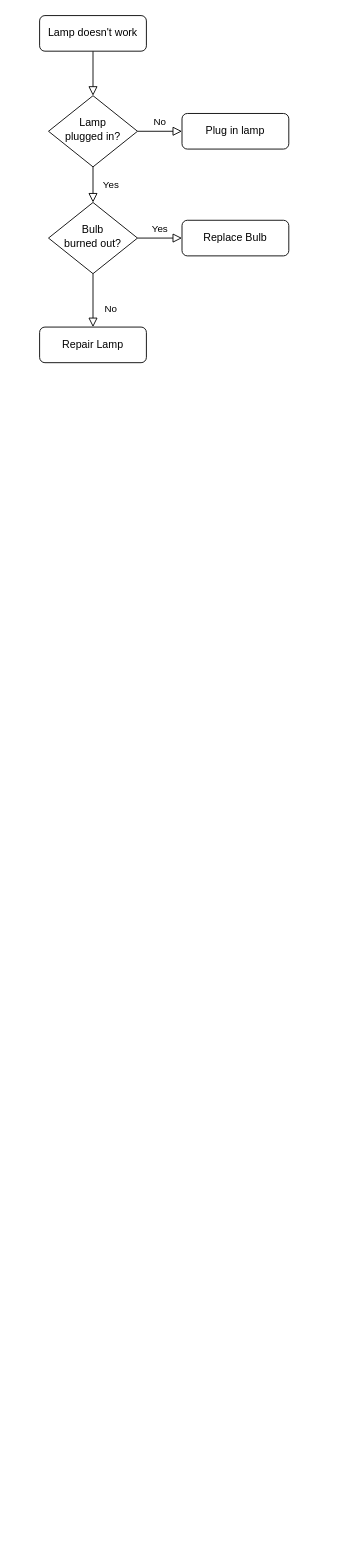
Before: json/Diagrama sin título.drawio in OzkrMonroy/university_pokemon_game_docs, a draw.io diagram. Source tidied: cells renumbered, new cells numbered last; positions are measured from the earlier drawing's top-left corner, leaving out a move shared by most shapes. Both pictures are drawn from the tidied source at 89%, with x=0, y=0 at pixel (39, 15).
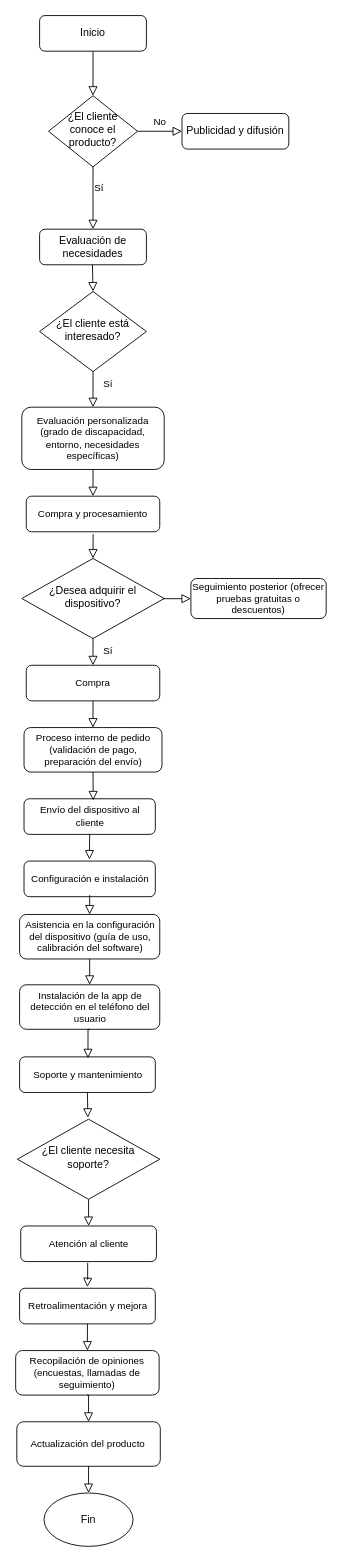
The same page after the edit.

Diff of the diagram source:
```diff
@@
-    <mxCell id="3" value="Lamp doesn't work" style="rounded=1;whiteSpace=wrap;html=1;fontSize=12;glass=0;strokeWidth=1;shadow=0;" parent="1" vertex="1">
+    <mxCell id="3" value="Inicio" style="rounded=1;whiteSpace=wrap;html=1;fontSize=12;glass=0;strokeWidth=1;shadow=0;" parent="1" vertex="1">
       <mxGeometry width="120" height="40" as="geometry" />
     </mxCell>
-    <mxCell id="4" value="Yes" style="rounded=0;html=1;jettySize=auto;fontSize=11;endArrow=block;endFill=0;endSize=8;strokeWidth=1;shadow=0;labelBackgroundColor=none;edgeStyle=orthogonalEdgeStyle;" parent="1" edge="1" source="6" target="10">
-      <mxGeometry y="20" relative="1" as="geometry" />
-    </mxCell>
@@
-    <mxCell id="6" value="Lamp&lt;br&gt;plugged in?" style="rhombus;whiteSpace=wrap;html=1;shadow=0;fontFamily=Helvetica;fontSize=12;align=center;strokeWidth=1;spacing=6;spacingTop=-4;" parent="1" vertex="1">
+    <mxCell id="6" value="¿El cliente conoce el producto?" style="rhombus;whiteSpace=wrap;html=1;shadow=0;fontFamily=Helvetica;fontSize=12;align=center;strokeWidth=1;spacing=6;spacingTop=-4;" parent="1" vertex="1">
       <mxGeometry x="10" y="90" width="100" height="80" as="geometry" />
     </mxCell>
-    <mxCell id="7" value="Plug in lamp" style="rounded=1;whiteSpace=wrap;html=1;fontSize=12;glass=0;strokeWidth=1;shadow=0;" parent="1" vertex="1">
+    <mxCell id="7" value="Publicidad y difusión" style="rounded=1;whiteSpace=wrap;html=1;fontSize=12;glass=0;strokeWidth=1;shadow=0;" parent="1" vertex="1">
       <mxGeometry x="160" y="110" width="120" height="40" as="geometry" />
     </mxCell>
-    <mxCell id="8" value="No" style="rounded=0;html=1;jettySize=auto;fontSize=11;endArrow=block;endFill=0;endSize=8;strokeWidth=1;shadow=0;labelBackgroundColor=none;edgeStyle=orthogonalEdgeStyle;" parent="1" edge="1" source="10" target="11">
-      <mxGeometry x="0.33" y="20" relative="1" as="geometry" />
-    </mxCell>
-    <mxCell id="9" value="Yes" style="edgeStyle=orthogonalEdgeStyle;rounded=0;html=1;jettySize=auto;fontSize=11;endArrow=block;endFill=0;endSize=8;strokeWidth=1;shadow=0;labelBackgroundColor=none;" parent="1" edge="1" source="10" target="12">
-      <mxGeometry y="10" relative="1" as="geometry" />
-    </mxCell>
-    <mxCell id="10" value="Bulb&lt;br&gt;burned out?" style="rhombus;whiteSpace=wrap;html=1;shadow=0;fontFamily=Helvetica;fontSize=12;align=center;strokeWidth=1;spacing=6;spacingTop=-4;" parent="1" vertex="1">
-      <mxGeometry x="10" y="210" width="100" height="80" as="geometry" />
-    </mxCell>
-    <mxCell id="11" value="Repair Lamp" style="rounded=1;whiteSpace=wrap;html=1;fontSize=12;glass=0;strokeWidth=1;shadow=0;" parent="1" vertex="1">
-      <mxGeometry y="350" width="120" height="40" as="geometry" />
+    <mxCell id="11" value="Evaluación de necesidades" style="rounded=1;whiteSpace=wrap;html=1;fontSize=12;glass=0;strokeWidth=1;shadow=0;" parent="1" vertex="1">
+      <mxGeometry y="240" width="120" height="40" as="geometry" />
     </mxCell>
-    <mxCell id="12" value="Replace Bulb" style="rounded=1;whiteSpace=wrap;html=1;fontSize=12;glass=0;strokeWidth=1;shadow=0;" parent="1" vertex="1">
-      <mxGeometry x="160" y="230" width="120" height="40" as="geometry" />
-    </mxCell>
+    <mxCell id="13" style="rounded=0;html=1;jettySize=auto;fontSize=11;endArrow=block;endFill=0;endSize=8;strokeWidth=1;shadow=0;labelBackgroundColor=none;edgeStyle=orthogonalEdgeStyle;exitX=0.5;exitY=1;exitDx=0;exitDy=0;entryX=0.5;entryY=0;entryDx=0;entryDy=0;" parent="1" edge="1" source="6" target="11">
+      <mxGeometry relative="1" as="geometry" />
+    </mxCell>
+    <mxCell id="14" value="&lt;span style=&quot;color: rgb(0, 0, 0); font-family: Helvetica; font-size: 11px; font-style: normal; font-variant-ligatures: normal; font-variant-caps: normal; font-weight: 400; letter-spacing: normal; orphans: 2; text-align: center; text-indent: 0px; text-transform: none; widows: 2; word-spacing: 0px; -webkit-text-stroke-width: 0px; white-space: nowrap; background-color: rgb(251, 251, 251); text-decoration-thickness: initial; text-decoration-style: initial; text-decoration-color: initial; float: none; display: inline !important;&quot;&gt;Sí&lt;/span&gt;" style="text;whiteSpace=wrap;html=1;" parent="1" vertex="1">
+      <mxGeometry x="60" y="180" width="30" height="30" as="geometry" />
+    </mxCell>
+    <mxCell id="15" style="rounded=0;html=1;jettySize=auto;fontSize=11;endArrow=block;endFill=0;endSize=8;strokeWidth=1;shadow=0;labelBackgroundColor=none;edgeStyle=orthogonalEdgeStyle;exitX=0.5;exitY=1;exitDx=0;exitDy=0;entryX=0.5;entryY=0;entryDx=0;entryDy=0;" parent="1" edge="1" target="16">
+      <mxGeometry relative="1" as="geometry">
+        <mxPoint x="59.4" y="280" as="sourcePoint" />
+      </mxGeometry>
+    </mxCell>
+    <mxCell id="16" value="¿El cliente está interesado?" style="rhombus;whiteSpace=wrap;html=1;shadow=0;fontFamily=Helvetica;fontSize=12;align=center;strokeWidth=1;spacing=6;spacingTop=-4;" parent="1" vertex="1">
+      <mxGeometry y="310" width="120" height="90" as="geometry" />
+    </mxCell>
+    <mxCell id="17" value="Fin" style="strokeWidth=1;html=1;shape=mxgraph.flowchart.start_1;whiteSpace=wrap;" parent="1" vertex="1">
+      <mxGeometry x="5" y="1660" width="100" height="60" as="geometry" />
+    </mxCell>
+    <mxCell id="18" value="Evaluación personalizada (grado de discapacidad, entorno, necesidades específicas)" style="rounded=1;whiteSpace=wrap;html=1;fontSize=11;glass=0;strokeWidth=1;shadow=0;" parent="1" vertex="1">
+      <mxGeometry x="-20" y="440" width="160" height="70" as="geometry" />
+    </mxCell>
+    <mxCell id="19" style="rounded=0;html=1;jettySize=auto;fontSize=11;endArrow=block;endFill=0;endSize=8;strokeWidth=1;shadow=0;labelBackgroundColor=none;edgeStyle=orthogonalEdgeStyle;entryX=0.5;entryY=0;entryDx=0;entryDy=0;exitX=0.5;exitY=1;exitDx=0;exitDy=0;" parent="1" edge="1" source="16" target="18">
+      <mxGeometry relative="1" as="geometry" />
+    </mxCell>
+    <mxCell id="20" style="rounded=0;html=1;jettySize=auto;fontSize=11;endArrow=block;endFill=0;endSize=8;strokeWidth=1;shadow=0;labelBackgroundColor=none;edgeStyle=orthogonalEdgeStyle;entryX=0.5;entryY=0;entryDx=0;entryDy=0;exitX=0.5;exitY=1;exitDx=0;exitDy=0;" parent="1" edge="1" source="18" target="21">
+      <mxGeometry relative="1" as="geometry" />
+    </mxCell>
+    <mxCell id="21" value="Compra y procesamiento" style="rounded=1;whiteSpace=wrap;html=1;fontSize=11;glass=0;strokeWidth=1;shadow=0;" parent="1" vertex="1">
+      <mxGeometry x="-15" y="540" width="150" height="40" as="geometry" />
+    </mxCell>
+    <mxCell id="22" value="¿Desea adquirir el dispositivo?" style="rhombus;whiteSpace=wrap;html=1;shadow=0;fontFamily=Helvetica;fontSize=12;align=center;strokeWidth=1;spacing=6;spacingTop=-4;" parent="1" vertex="1">
+      <mxGeometry x="-20" y="610" width="160" height="90" as="geometry" />
+    </mxCell>
+    <mxCell id="23" style="rounded=0;html=1;jettySize=auto;fontSize=11;endArrow=block;endFill=0;endSize=8;strokeWidth=1;shadow=0;labelBackgroundColor=none;edgeStyle=orthogonalEdgeStyle;entryX=0.5;entryY=0;entryDx=0;entryDy=0;exitX=0.501;exitY=1.068;exitDx=0;exitDy=0;exitPerimeter=0;" parent="1" edge="1" source="21" target="22">
+      <mxGeometry relative="1" as="geometry" />
+    </mxCell>
+    <mxCell id="24" value="&lt;span style=&quot;color: rgb(0, 0, 0); font-family: Helvetica; font-size: 11px; font-style: normal; font-variant-ligatures: normal; font-variant-caps: normal; font-weight: 400; letter-spacing: normal; orphans: 2; text-align: center; text-indent: 0px; text-transform: none; widows: 2; word-spacing: 0px; -webkit-text-stroke-width: 0px; white-space: nowrap; background-color: rgb(251, 251, 251); text-decoration-thickness: initial; text-decoration-style: initial; text-decoration-color: initial; float: none; display: inline !important;&quot;&gt;Sí&lt;/span&gt;" style="text;whiteSpace=wrap;html=1;" parent="1" vertex="1">
+      <mxGeometry x="70" y="400" width="30" height="30" as="geometry" />
+    </mxCell>
+    <mxCell id="25" style="rounded=0;html=1;jettySize=auto;fontSize=11;endArrow=block;endFill=0;endSize=8;strokeWidth=1;shadow=0;labelBackgroundColor=none;edgeStyle=orthogonalEdgeStyle;entryX=0.5;entryY=0;entryDx=0;entryDy=0;exitX=0.5;exitY=1;exitDx=0;exitDy=0;" parent="1" edge="1" source="22" target="26">
+      <mxGeometry relative="1" as="geometry" />
+    </mxCell>
+    <mxCell id="26" value="Compra" style="rounded=1;whiteSpace=wrap;html=1;fontSize=11;glass=0;strokeWidth=1;shadow=0;" parent="1" vertex="1">
+      <mxGeometry x="-15" y="730" width="150" height="40" as="geometry" />
+    </mxCell>
+    <mxCell id="27" style="rounded=0;html=1;jettySize=auto;fontSize=11;endArrow=block;endFill=0;endSize=8;strokeWidth=1;shadow=0;labelBackgroundColor=none;edgeStyle=orthogonalEdgeStyle;entryX=0.5;entryY=0;entryDx=0;entryDy=0;exitX=0.5;exitY=1;exitDx=0;exitDy=0;" parent="1" edge="1" source="26" target="28">
+      <mxGeometry relative="1" as="geometry" />
+    </mxCell>
+    <mxCell id="28" value="Proceso interno de pedido (validación de pago, preparación del envío)" style="rounded=1;whiteSpace=wrap;html=1;fontSize=11;glass=0;strokeWidth=1;shadow=0;" parent="1" vertex="1">
+      <mxGeometry x="-17.5" y="800" width="155" height="50" as="geometry" />
+    </mxCell>
+    <mxCell id="29" value="&lt;span style=&quot;color: rgb(0, 0, 0); font-family: Helvetica; font-size: 11px; font-style: normal; font-variant-ligatures: normal; font-variant-caps: normal; font-weight: 400; letter-spacing: normal; orphans: 2; text-align: center; text-indent: 0px; text-transform: none; widows: 2; word-spacing: 0px; -webkit-text-stroke-width: 0px; white-space: nowrap; background-color: rgb(251, 251, 251); text-decoration-thickness: initial; text-decoration-style: initial; text-decoration-color: initial; float: none; display: inline !important;&quot;&gt;Sí&lt;/span&gt;" style="text;whiteSpace=wrap;html=1;" parent="1" vertex="1">
+      <mxGeometry x="70" y="700" width="20" height="20" as="geometry" />
+    </mxCell>
+    <mxCell id="30" value="Envío del dispositivo al cliente" style="rounded=1;whiteSpace=wrap;html=1;fontSize=11;glass=0;strokeWidth=1;shadow=0;" parent="1" vertex="1">
+      <mxGeometry x="-17.5" y="880" width="147.5" height="40" as="geometry" />
+    </mxCell>
+    <mxCell id="31" style="rounded=0;html=1;jettySize=auto;fontSize=11;endArrow=block;endFill=0;endSize=8;strokeWidth=1;shadow=0;labelBackgroundColor=none;edgeStyle=orthogonalEdgeStyle;entryX=0.527;entryY=0.045;entryDx=0;entryDy=0;exitX=0.5;exitY=1;exitDx=0;exitDy=0;entryPerimeter=0;" parent="1" edge="1" source="28" target="30">
+      <mxGeometry relative="1" as="geometry" />
+    </mxCell>
+    <mxCell id="32" style="rounded=0;html=1;jettySize=auto;fontSize=11;endArrow=block;endFill=0;endSize=8;strokeWidth=1;shadow=0;labelBackgroundColor=none;edgeStyle=orthogonalEdgeStyle;exitX=0.991;exitY=0.502;exitDx=0;exitDy=0;exitPerimeter=0;entryX=0;entryY=0.5;entryDx=0;entryDy=0;" parent="1" edge="1" source="22" target="33">
+      <mxGeometry relative="1" as="geometry" />
+    </mxCell>
+    <mxCell id="33" value="Seguimiento posterior (ofrecer pruebas gratuitas o descuentos)" style="rounded=1;whiteSpace=wrap;html=1;fontSize=11;glass=0;strokeWidth=1;shadow=0;" parent="1" vertex="1">
+      <mxGeometry x="170" y="632.5" width="152" height="45" as="geometry" />
+    </mxCell>
+    <mxCell id="34" value="Configuración e instalación" style="rounded=1;whiteSpace=wrap;html=1;fontSize=11;glass=0;strokeWidth=1;shadow=0;" parent="1" vertex="1">
+      <mxGeometry x="-17.5" y="950" width="147.5" height="40" as="geometry" />
+    </mxCell>
+    <mxCell id="35" style="rounded=0;html=1;jettySize=auto;fontSize=11;endArrow=block;endFill=0;endSize=8;strokeWidth=1;shadow=0;labelBackgroundColor=none;edgeStyle=orthogonalEdgeStyle;exitX=0.5;exitY=1;exitDx=0;exitDy=0;entryX=0.498;entryY=-0.045;entryDx=0;entryDy=0;entryPerimeter=0;" parent="1" edge="1" source="30" target="34">
+      <mxGeometry relative="1" as="geometry" />
+    </mxCell>
+    <mxCell id="36" value="Asistencia en la configuración del dispositivo (guía de uso, calibración del software)" style="rounded=1;whiteSpace=wrap;html=1;fontSize=11;glass=0;strokeWidth=1;shadow=0;" parent="1" vertex="1">
+      <mxGeometry x="-22.5" y="1010" width="157.5" height="50" as="geometry" />
+    </mxCell>
+    <mxCell id="37" style="rounded=0;html=1;jettySize=auto;fontSize=11;endArrow=block;endFill=0;endSize=8;strokeWidth=1;shadow=0;labelBackgroundColor=none;edgeStyle=orthogonalEdgeStyle;exitX=0.5;exitY=0.959;exitDx=0;exitDy=0;entryX=0.5;entryY=0;entryDx=0;entryDy=0;exitPerimeter=0;" parent="1" edge="1" source="34" target="36">
+      <mxGeometry relative="1" as="geometry" />
+    </mxCell>
+    <mxCell id="38" value="Instalación de la app de detección en el teléfono del usuario" style="rounded=1;whiteSpace=wrap;html=1;fontSize=11;glass=0;strokeWidth=1;shadow=0;" parent="1" vertex="1">
+      <mxGeometry x="-22.5" y="1089" width="157.5" height="50" as="geometry" />
+    </mxCell>
+    <mxCell id="39" style="rounded=0;html=1;jettySize=auto;fontSize=11;endArrow=block;endFill=0;endSize=8;strokeWidth=1;shadow=0;labelBackgroundColor=none;edgeStyle=orthogonalEdgeStyle;exitX=0.5;exitY=1;exitDx=0;exitDy=0;entryX=0.5;entryY=0;entryDx=0;entryDy=0;" parent="1" edge="1" source="36" target="38">
+      <mxGeometry relative="1" as="geometry" />
+    </mxCell>
+    <mxCell id="40" value="Soporte y mantenimiento" style="rounded=1;whiteSpace=wrap;html=1;fontSize=11;glass=0;strokeWidth=1;shadow=0;" parent="1" vertex="1">
+      <mxGeometry x="-22.5" y="1170" width="152.5" height="40" as="geometry" />
+    </mxCell>
+    <mxCell id="41" style="rounded=0;html=1;jettySize=auto;fontSize=11;endArrow=block;endFill=0;endSize=8;strokeWidth=1;shadow=0;labelBackgroundColor=none;edgeStyle=orthogonalEdgeStyle;exitX=0.5;exitY=1;exitDx=0;exitDy=0;entryX=0.504;entryY=0.038;entryDx=0;entryDy=0;entryPerimeter=0;" parent="1" edge="1" source="38" target="40">
+      <mxGeometry relative="1" as="geometry" />
+    </mxCell>
+    <mxCell id="42" value="¿El cliente necesita soporte?" style="rhombus;whiteSpace=wrap;html=1;shadow=0;fontFamily=Helvetica;fontSize=12;align=center;strokeWidth=1;spacing=6;spacingTop=-4;" parent="1" vertex="1">
+      <mxGeometry x="-25" y="1240" width="160" height="90" as="geometry" />
+    </mxCell>
+    <mxCell id="43" style="rounded=0;html=1;jettySize=auto;fontSize=11;endArrow=block;endFill=0;endSize=8;strokeWidth=1;shadow=0;labelBackgroundColor=none;edgeStyle=orthogonalEdgeStyle;entryX=0.495;entryY=-0.019;entryDx=0;entryDy=0;entryPerimeter=0;exitX=0.5;exitY=1;exitDx=0;exitDy=0;" parent="1" edge="1" source="40" target="42">
+      <mxGeometry relative="1" as="geometry" />
+    </mxCell>
+    <mxCell id="44" value="Retroalimentación y mejora" style="rounded=1;whiteSpace=wrap;html=1;fontSize=11;glass=0;strokeWidth=1;shadow=0;" parent="1" vertex="1">
+      <mxGeometry x="-22.5" y="1430" width="152.5" height="40" as="geometry" />
+    </mxCell>
+    <mxCell id="45" value="Recopilación de opiniones (encuestas, llamadas de seguimiento)" style="rounded=1;whiteSpace=wrap;html=1;fontSize=11;glass=0;strokeWidth=1;shadow=0;" parent="1" vertex="1">
+      <mxGeometry x="-26.9" y="1500" width="161.2" height="50" as="geometry" />
+    </mxCell>
+    <mxCell id="46" style="rounded=0;html=1;jettySize=auto;fontSize=11;endArrow=block;endFill=0;endSize=8;strokeWidth=1;shadow=0;labelBackgroundColor=none;edgeStyle=orthogonalEdgeStyle;entryX=0.5;entryY=0;entryDx=0;entryDy=0;exitX=0.5;exitY=1;exitDx=0;exitDy=0;" parent="1" edge="1" source="44" target="45">
+      <mxGeometry relative="1" as="geometry" />
+    </mxCell>
+    <mxCell id="47" value="Actualización del producto" style="rounded=1;whiteSpace=wrap;html=1;fontSize=11;glass=0;strokeWidth=1;shadow=0;" parent="1" vertex="1">
+      <mxGeometry x="-25.6" y="1580" width="161.2" height="50" as="geometry" />
+    </mxCell>
+    <mxCell id="48" value="Atención al cliente" style="rounded=1;whiteSpace=wrap;html=1;fontSize=11;glass=0;strokeWidth=1;shadow=0;" parent="1" vertex="1">
+      <mxGeometry x="-21.2" y="1360" width="152.5" height="40" as="geometry" />
+    </mxCell>
+    <mxCell id="49" style="rounded=0;html=1;jettySize=auto;fontSize=11;endArrow=block;endFill=0;endSize=8;strokeWidth=1;shadow=0;labelBackgroundColor=none;edgeStyle=orthogonalEdgeStyle;entryX=0.5;entryY=0;entryDx=0;entryDy=0;exitX=0.5;exitY=1;exitDx=0;exitDy=0;" parent="1" edge="1" source="42" target="48">
+      <mxGeometry relative="1" as="geometry" />
+    </mxCell>
+    <mxCell id="50" style="rounded=0;html=1;jettySize=auto;fontSize=11;endArrow=block;endFill=0;endSize=8;strokeWidth=1;shadow=0;labelBackgroundColor=none;edgeStyle=orthogonalEdgeStyle;entryX=0.499;entryY=-0.033;entryDx=0;entryDy=0;exitX=0.493;exitY=1.036;exitDx=0;exitDy=0;entryPerimeter=0;exitPerimeter=0;" parent="1" edge="1" source="48" target="44">
+      <mxGeometry relative="1" as="geometry">
+        <Array as="points">
+          <mxPoint x="54" y="1420" />
+          <mxPoint x="54" y="1420" />
+        </Array>
+      </mxGeometry>
+    </mxCell>
+    <mxCell id="51" style="rounded=0;html=1;jettySize=auto;fontSize=11;endArrow=block;endFill=0;endSize=8;strokeWidth=1;shadow=0;labelBackgroundColor=none;edgeStyle=orthogonalEdgeStyle;entryX=0.5;entryY=0;entryDx=0;entryDy=0;exitX=0.5;exitY=1;exitDx=0;exitDy=0;" parent="1" edge="1" target="47">
+      <mxGeometry relative="1" as="geometry">
+        <mxPoint x="53.2" y="1550" as="sourcePoint" />
+      </mxGeometry>
+    </mxCell>
+    <mxCell id="52" style="rounded=0;html=1;jettySize=auto;fontSize=11;endArrow=block;endFill=0;endSize=8;strokeWidth=1;shadow=0;labelBackgroundColor=none;edgeStyle=orthogonalEdgeStyle;entryX=0.5;entryY=0;entryDx=0;entryDy=0;exitX=0.5;exitY=1;exitDx=0;exitDy=0;entryPerimeter=0;" parent="1" edge="1" source="47" target="17">
+      <mxGeometry relative="1" as="geometry" />
+    </mxCell>
```
